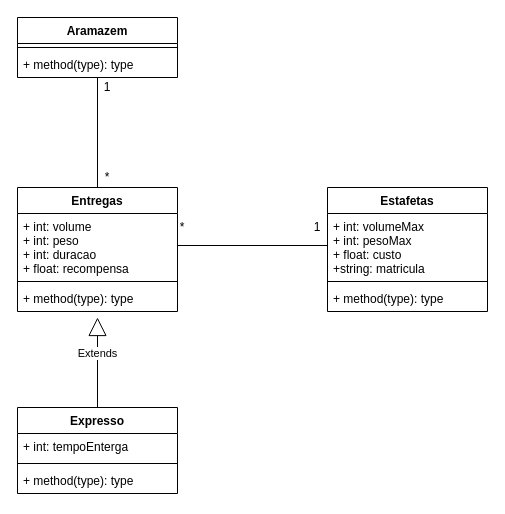
Above: documentacao/uml.drawio in DanielaTomas/FEUP-DA-proj1 (draw.io), before the change. Source tidied: cells renumbered, new cells numbered last; positions are measured from the earlier drawing's top-left corner, leaving out a move shared by most shapes. Both pictures are drawn from the tidied source at 100%, with x=0, y=0 at pixel (17, 17).
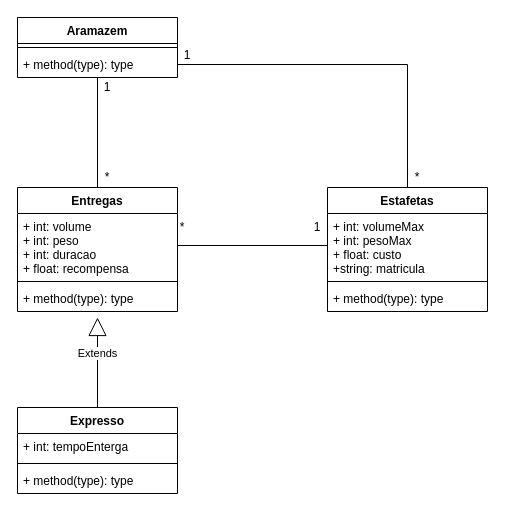
Above is the later version.

The change refers to these unchanged cells:
```xml
<mxCell id="10" value="Estafetas" style="swimlane;fontStyle=1;align=center;verticalAlign=top;horizontal=1;startSize=26;" parent="1" vertex="1">
  <mxGeometry x="310" y="170" width="160" height="124" as="geometry" />
</mxCell>
<mxCell id="17" value="+ method(type): type" style="text;strokeColor=none;fillColor=none;align=left;verticalAlign=top;spacingLeft=4;spacingRight=4;overflow=hidden;points=[[0,0.5],[1,0.5]];portConstraint=eastwest;" parent="15" vertex="1">
  <mxGeometry y="34" width="160" height="26" as="geometry" />
</mxCell>
```

What changed in the source:
```diff
@@
+    <mxCell id="24" style="edgeStyle=orthogonalEdgeStyle;rounded=0;jettySize=auto;html=1;endArrow=none;endFill=0;" parent="1" edge="1" source="10" target="17">
+      <mxGeometry relative="1" as="geometry" />
+    </mxCell>
@@
+    <mxCell id="25" value="1" style="text;html=1;strokeColor=none;fillColor=none;align=center;verticalAlign=middle;whiteSpace=wrap;rounded=0;" parent="1" vertex="1">
+      <mxGeometry x="160" y="30" width="20" height="15" as="geometry" />
+    </mxCell>
+    <mxCell id="26" value="*" style="text;html=1;strokeColor=none;fillColor=none;align=center;verticalAlign=middle;whiteSpace=wrap;rounded=0;" parent="1" vertex="1">
+      <mxGeometry x="390" y="150" width="20" height="20" as="geometry" />
+    </mxCell>
```
